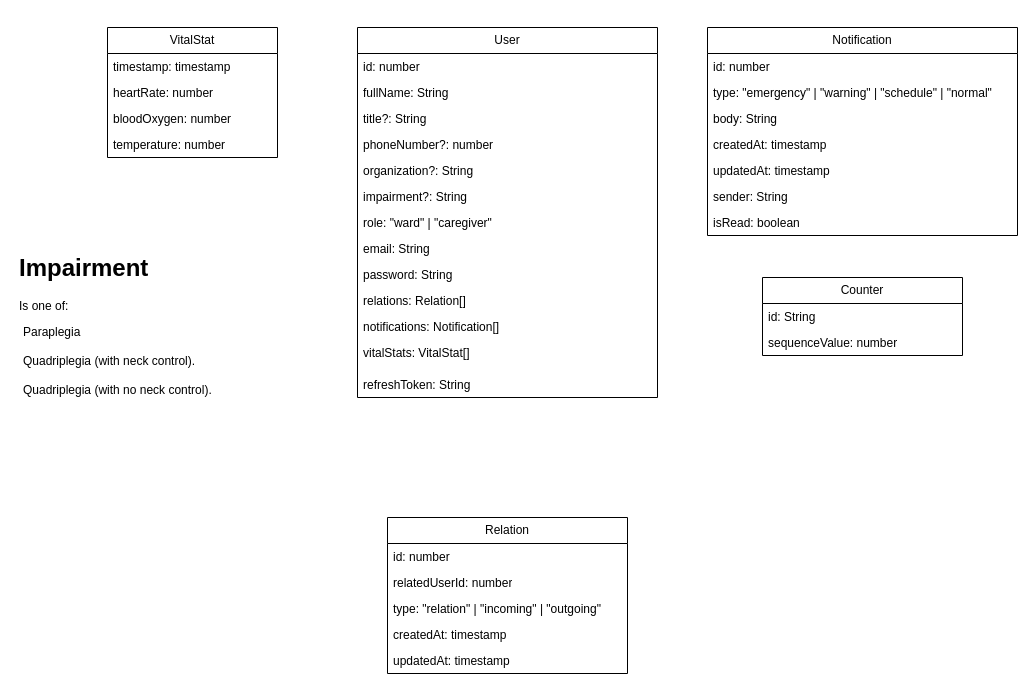
Above: db_design.drawio in ahmed0nasser/gp-backend (draw.io), before the change. Source tidied: cells renumbered, new cells numbered last; positions are measured from the earlier drawing's top-left corner, leaving out a move shared by most shapes. Both pictures are drawn from the tidied source at 100%, with x=0, y=0 at pixel (17, 27).
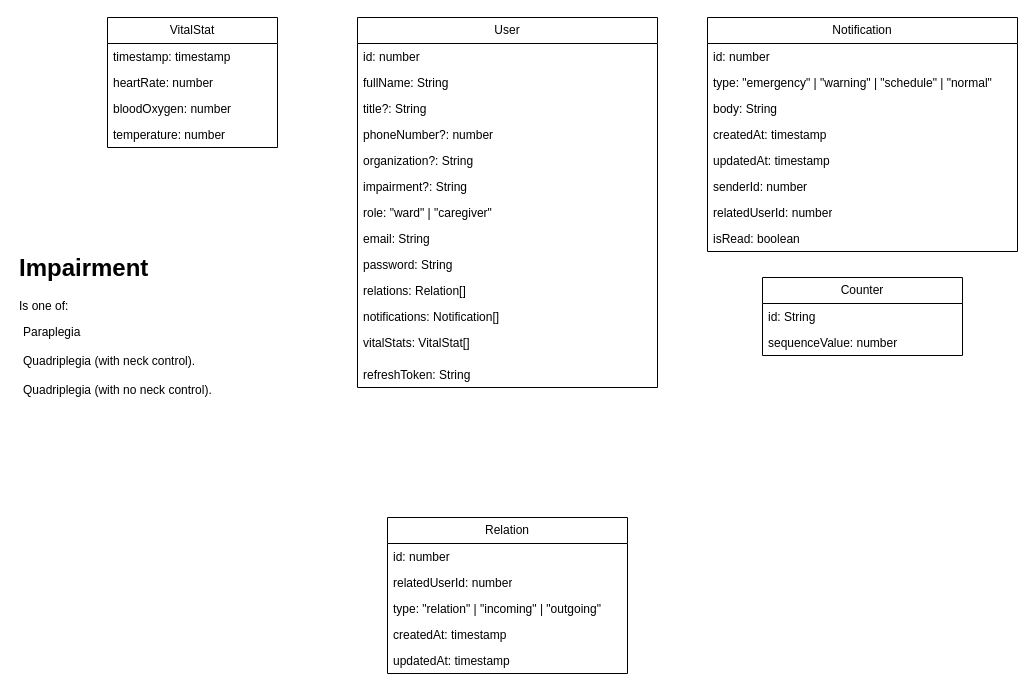
The same page after the edit.

Commit message (it also covers changes not shown here):
Add relatedUserId field to notifications

The edit, as a diff of the source:
```diff
@@
     <mxCell id="2" value="User" style="swimlane;fontStyle=0;horizontal=1;startSize=26;fillColor=none;whiteSpace=wrap;html=1;" parent="1" vertex="1">
-      <mxGeometry x="340" width="300" height="370" as="geometry" />
+      <mxGeometry x="340" y="-10" width="300" height="370" as="geometry" />
     </mxCell>
@@
     <mxCell id="23" value="Notification" style="swimlane;fontStyle=0;horizontal=1;startSize=26;fillColor=none;whiteSpace=wrap;html=1;" parent="1" vertex="1">
-      <mxGeometry x="690" width="310" height="208" as="geometry" />
+      <mxGeometry x="690" y="-10" width="310" height="234" as="geometry" />
     </mxCell>
@@
-    <mxCell id="29" value="sender: String" style="text;strokeColor=none;fillColor=none;align=left;verticalAlign=top;spacingLeft=4;spacingRight=4;overflow=hidden;whiteSpace=wrap;html=1;" parent="23" vertex="1">
+    <mxCell id="29" value="senderId: number" style="text;strokeColor=none;fillColor=none;align=left;verticalAlign=top;spacingLeft=4;spacingRight=4;overflow=hidden;whiteSpace=wrap;html=1;" parent="23" vertex="1">
       <mxGeometry y="156" width="310" height="26" as="geometry" />
     </mxCell>
+    <mxCell id="39" value="relatedUserId: number" style="text;strokeColor=none;fillColor=none;align=left;verticalAlign=top;spacingLeft=4;spacingRight=4;overflow=hidden;whiteSpace=wrap;html=1;" parent="23" vertex="1">
+      <mxGeometry y="182" width="310" height="26" as="geometry" />
+    </mxCell>
     <mxCell id="30" value="isRead: boolean" style="text;strokeColor=none;fillColor=none;align=left;verticalAlign=top;spacingLeft=4;spacingRight=4;overflow=hidden;whiteSpace=wrap;html=1;" parent="23" vertex="1">
-      <mxGeometry y="182" width="310" height="26" as="geometry" />
+      <mxGeometry y="208" width="310" height="26" as="geometry" />
     </mxCell>
     <mxCell id="31" value="VitalStat" style="swimlane;fontStyle=0;horizontal=1;startSize=26;fillColor=none;whiteSpace=wrap;html=1;" parent="1" vertex="1">
-      <mxGeometry x="90" width="170" height="130" as="geometry" />
+      <mxGeometry x="90" y="-10" width="170" height="130" as="geometry" />
     </mxCell>
```
